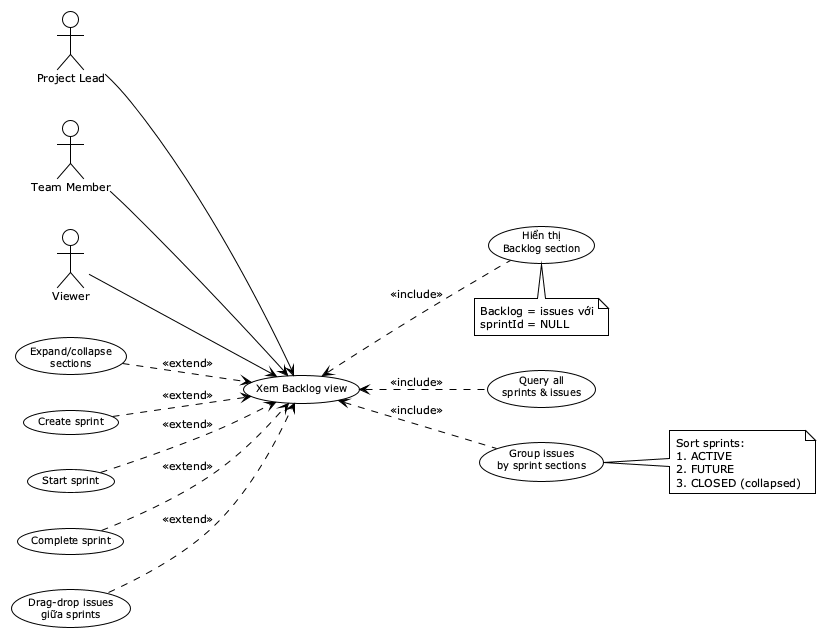
The PlantUML diagram reports/dat-examples/report/images/uc05_2_backlog_view.png in toantran292/datn, before a commit. Its diagram source:
```plantuml
@startuml
!theme plain
skinparam defaultFontSize 11
skinparam usecaseFontSize 10

left to right direction

actor "Project Lead" as PL
actor "Team Member" as TM
actor "Viewer" as V

usecase "Xem Backlog view" as UC_BacklogView
usecase "Query all\nsprints & issues" as UC_QueryData
usecase "Group issues\nby sprint sections" as UC_GroupSprints
usecase "Hiển thị\nBacklog section" as UC_ShowBacklog
usecase "Expand/collapse\nsections" as UC_ExpandCollapse
usecase "Create sprint" as UC_CreateSprint
usecase "Start sprint" as UC_StartSprint
usecase "Complete sprint" as UC_CompleteSprint
usecase "Drag-drop issues\ngiữa sprints" as UC_DragDrop

PL --> UC_BacklogView
TM --> UC_BacklogView
V --> UC_BacklogView

UC_QueryData .up.> UC_BacklogView : <<include>>
UC_GroupSprints .up.> UC_BacklogView : <<include>>
UC_ShowBacklog .up.> UC_BacklogView : <<include>>

UC_ExpandCollapse ..> UC_BacklogView : <<extend>>
UC_CreateSprint ..> UC_BacklogView : <<extend>>
UC_StartSprint ..> UC_BacklogView : <<extend>>
UC_CompleteSprint ..> UC_BacklogView : <<extend>>
UC_DragDrop ..> UC_BacklogView : <<extend>>

note right of UC_GroupSprints
  Sort sprints:
  1. ACTIVE
  2. FUTURE
  3. CLOSED (collapsed)
end note

note bottom of UC_ShowBacklog
  Backlog = issues với
  sprintId = NULL
end note

@enduml
```
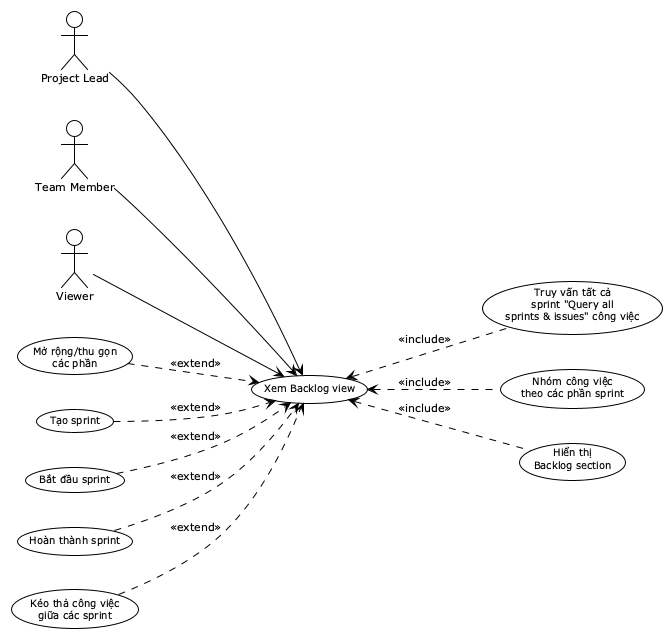
After the commit.

The edit, as a diff of the source:
```diff
@@ -10,14 +10,14 @@
 actor "Viewer" as V
 
 usecase "Xem Backlog view" as UC_BacklogView
-usecase "Query all\nsprints & issues" as UC_QueryData
-usecase "Group issues\nby sprint sections" as UC_GroupSprints
+usecase "Truy vấn tất cả\nsprint "Query all\nsprints & issues" công việc" as UC_QueryData
+usecase "Nhóm công việc\ntheo các phần sprint" as UC_GroupSprints
 usecase "Hiển thị\nBacklog section" as UC_ShowBacklog
-usecase "Expand/collapse\nsections" as UC_ExpandCollapse
-usecase "Create sprint" as UC_CreateSprint
-usecase "Start sprint" as UC_StartSprint
-usecase "Complete sprint" as UC_CompleteSprint
-usecase "Drag-drop issues\ngiữa sprints" as UC_DragDrop
+usecase "Mở rộng/thu gọn\ncác phần" as UC_ExpandCollapse
+usecase "Tạo sprint" as UC_CreateSprint
+usecase "Bắt đầu sprint" as UC_StartSprint
+usecase "Hoàn thành sprint" as UC_CompleteSprint
+usecase "Kéo thả công việc\ngiữa các sprint" as UC_DragDrop
 
 PL --> UC_BacklogView
 TM --> UC_BacklogView
@@ -33,16 +33,6 @@
 UC_CompleteSprint ..> UC_BacklogView : <<extend>>
 UC_DragDrop ..> UC_BacklogView : <<extend>>
 
-note right of UC_GroupSprints
-  Sort sprints:
-  1. ACTIVE
-  2. FUTURE
-  3. CLOSED (collapsed)
-end note
 
-note bottom of UC_ShowBacklog
-  Backlog = issues với
-  sprintId = NULL
-end note
 
 @enduml
```
